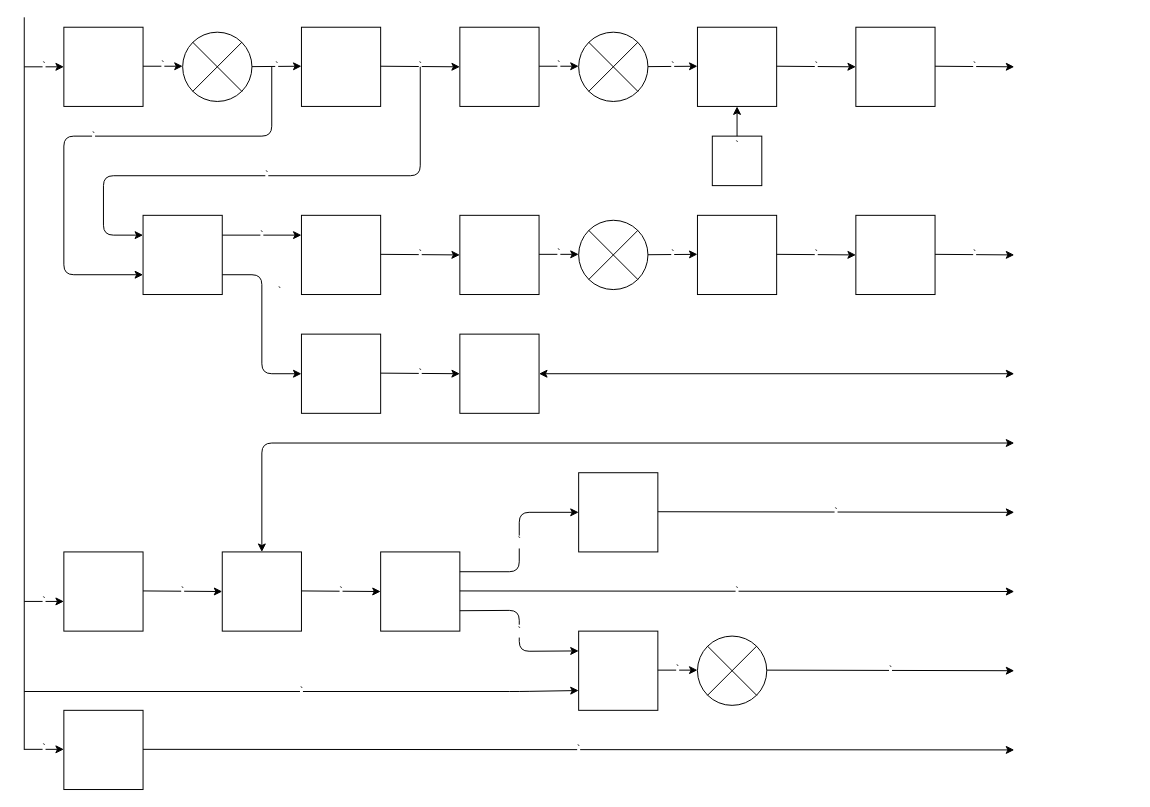
Above: kopv4.drawio in jekavovikovich/jekavovikovich (draw.io), before the change. Source tidied: cells renumbered, new cells numbered last; positions are measured from the earlier drawing's top-left corner, leaving out a move shared by most shapes. Both pictures are drawn from the tidied source at 99%, with x=0, y=0 at pixel (24, 17).
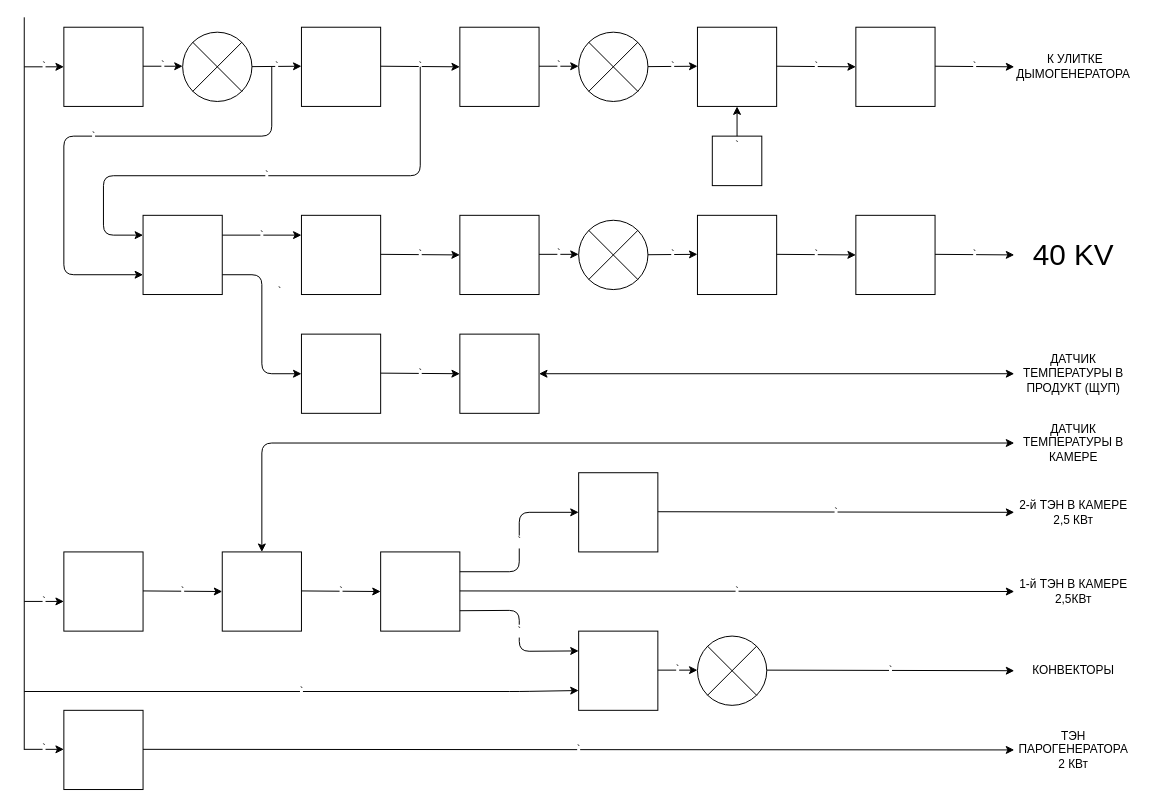
Above is the later version.

What changed in the source:
```diff
@@
+    <mxCell id="59" value="&lt;font style=&quot;font-size: 12px&quot;&gt;&amp;nbsp;К УЛИТКЕ ДЫМОГЕНЕРАТОРА&lt;/font&gt;" style="text;html=1;strokeColor=none;fillColor=none;align=center;verticalAlign=middle;whiteSpace=wrap;rounded=0;" parent="1" vertex="1">
+      <mxGeometry x="1000" y="10" width="120" height="80" as="geometry" />
+    </mxCell>
+    <mxCell id="60" value="&lt;font style=&quot;font-size: 30px&quot;&gt;40 KV&lt;/font&gt;" style="text;html=1;strokeColor=none;fillColor=none;align=center;verticalAlign=middle;whiteSpace=wrap;rounded=0;" parent="1" vertex="1">
+      <mxGeometry x="1000" y="200" width="120" height="80" as="geometry" />
+    </mxCell>
+    <mxCell id="61" value="&lt;font style=&quot;font-size: 12px&quot;&gt;ДАТЧИК ТЕМПЕРАТУРЫ В ПРОДУКТ (ЩУП)&lt;br&gt;&lt;/font&gt;" style="text;html=1;strokeColor=none;fillColor=none;align=center;verticalAlign=middle;whiteSpace=wrap;rounded=0;" parent="1" vertex="1">
+      <mxGeometry x="1000" y="320" width="120" height="80" as="geometry" />
+    </mxCell>
+    <mxCell id="62" value="ТЭН ПАРОГЕНЕРАТОРА 2 КВт" style="text;html=1;strokeColor=none;fillColor=none;align=center;verticalAlign=middle;whiteSpace=wrap;rounded=0;" parent="1" vertex="1">
+      <mxGeometry x="1000" y="700" width="120" height="80" as="geometry" />
+    </mxCell>
+    <mxCell id="63" value="КОНВЕКТОРЫ" style="text;html=1;strokeColor=none;fillColor=none;align=center;verticalAlign=middle;whiteSpace=wrap;rounded=0;" parent="1" vertex="1">
+      <mxGeometry x="1000" y="620" width="120" height="80" as="geometry" />
+    </mxCell>
+    <mxCell id="64" value="1-й ТЭН В КАМЕРЕ 2,5КВт" style="text;html=1;strokeColor=none;fillColor=none;align=center;verticalAlign=middle;whiteSpace=wrap;rounded=0;" parent="1" vertex="1">
+      <mxGeometry x="1000" y="540" width="120" height="80" as="geometry" />
+    </mxCell>
+    <mxCell id="65" value="2-й ТЭН В КАМЕРЕ 2,5 КВт" style="text;html=1;strokeColor=none;fillColor=none;align=center;verticalAlign=middle;whiteSpace=wrap;rounded=0;" parent="1" vertex="1">
+      <mxGeometry x="1000" y="460" width="120" height="80" as="geometry" />
+    </mxCell>
+    <mxCell id="66" value="ДАТЧИК ТЕМПЕРАТУРЫ В КАМЕРЕ" style="text;html=1;strokeColor=none;fillColor=none;align=center;verticalAlign=middle;whiteSpace=wrap;rounded=0;" parent="1" vertex="1">
+      <mxGeometry x="1000" y="390" width="120" height="80" as="geometry" />
+    </mxCell>
```
